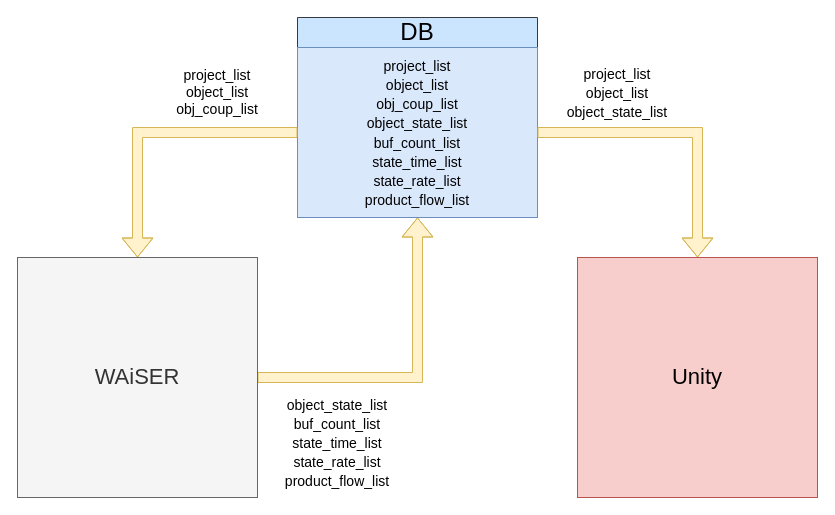
The draw.io diagram 문서/dataflow.drawio in Tentailsahri/DT_FINAL_Project, before the edit. Source tidied: cells renumbered, new cells numbered last; positions are measured from the earlier drawing's top-left corner, leaving out a move shared by most shapes. Both pictures are drawn from the tidied source at 100%, with x=0, y=0 at pixel (17, 17).
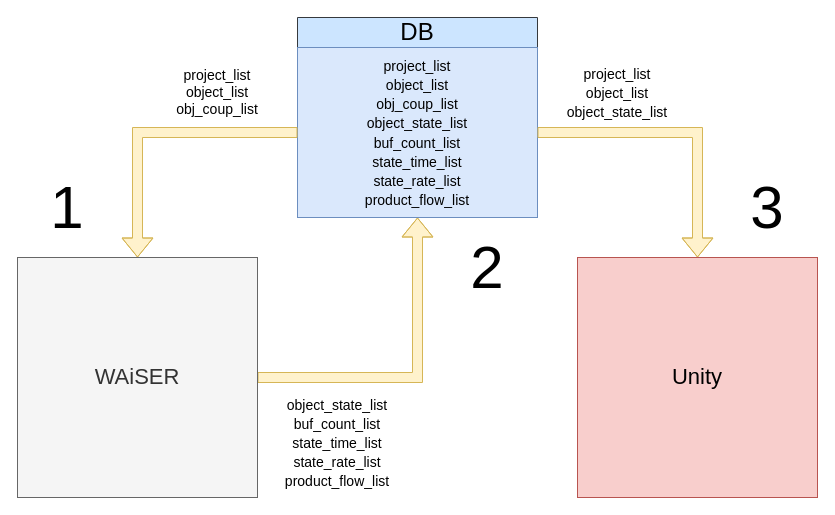
The same page after the edit.

What changed in the source:
```diff
@@
 <mxGraphModel>
   <root>
     <mxCell id="0" />
     <mxCell id="1" parent="0" />
     <mxCell id="2" style="edgeStyle=orthogonalEdgeStyle;shape=flexArrow;rounded=0;jettySize=auto;html=1;entryX=0.5;entryY=1;entryDx=0;entryDy=0;fontSize=24;fillColor=#fff2cc;strokeColor=#d6b656;" parent="1" edge="1" source="3" target="7">
       <mxGeometry relative="1" as="geometry" />
     </mxCell>
     <mxCell id="3" value="&lt;font style=&quot;font-size: 22px;&quot;&gt;WAiSER&lt;/font&gt;" style="whiteSpace=wrap;html=1;fillColor=#f5f5f5;strokeColor=#666666;fontColor=#333333;" parent="1" vertex="1">
       <mxGeometry y="240" width="240" height="240" as="geometry" />
     </mxCell>
     <mxCell id="4" value="&lt;font style=&quot;font-size: 22px;&quot;&gt;Unity&lt;/font&gt;" style="whiteSpace=wrap;html=1;fillColor=#f8cecc;strokeColor=#b85450;" parent="1" vertex="1">
       <mxGeometry x="560" y="240" width="240" height="240" as="geometry" />
     </mxCell>
     <mxCell id="5" value="&lt;font style=&quot;font-size: 14px;&quot;&gt;object_state_list&lt;br&gt;buf_count_list&lt;br&gt;state_time_list&lt;br&gt;state_rate_list&lt;br&gt;product_flow_list&lt;/font&gt;" style="text;html=1;strokeColor=none;fillColor=none;align=center;verticalAlign=middle;whiteSpace=wrap;rounded=0;fontSize=16;" parent="1" vertex="1">
       <mxGeometry x="290" y="410" width="60" height="30" as="geometry" />
     </mxCell>
     <mxCell id="6" value="&lt;font style=&quot;font-size: 14px;&quot;&gt;project_list&lt;br&gt;object_list&lt;br&gt;object_state_list&lt;/font&gt;" style="text;html=1;strokeColor=none;fillColor=none;align=center;verticalAlign=middle;whiteSpace=wrap;rounded=0;fontSize=16;" parent="1" vertex="1">
       <mxGeometry x="570" y="60" width="60" height="30" as="geometry" />
     </mxCell>
     <mxCell id="7" value="&lt;font style=&quot;font-size: 24px;&quot;&gt;DB&lt;/font&gt;" style="swimlane;fontStyle=0;horizontal=1;startSize=30;whiteSpace=wrap;html=1;strokeColor=#36393d;fontSize=13;fillColor=#cce5ff;" parent="1" vertex="1">
       <mxGeometry x="280" width="240" height="200" as="geometry" />
     </mxCell>
     <mxCell id="8" value="&lt;font style=&quot;font-size: 14px;&quot;&gt;project_list&lt;br style=&quot;border-color: var(--border-color);&quot;&gt;object_list&lt;br style=&quot;border-color: var(--border-color);&quot;&gt;obj_coup_list&lt;br&gt;object_state_list&lt;br style=&quot;border-color: var(--border-color);&quot;&gt;buf_count_list&lt;br style=&quot;border-color: var(--border-color);&quot;&gt;state_time_list&lt;br style=&quot;border-color: var(--border-color);&quot;&gt;state_rate_list&lt;br style=&quot;border-color: var(--border-color);&quot;&gt;product_flow_list&lt;/font&gt;" style="text;html=1;align=center;verticalAlign=middle;whiteSpace=wrap;rounded=0;fontSize=16;strokeColor=#6c8ebf;fillColor=#dae8fc;" parent="7" vertex="1">
       <mxGeometry y="30" width="240" height="170" as="geometry" />
     </mxCell>
     <mxCell id="9" style="edgeStyle=orthogonalEdgeStyle;shape=flexArrow;rounded=0;jettySize=auto;html=1;entryX=0.5;entryY=0;entryDx=0;entryDy=0;fontSize=24;fillColor=#fff2cc;strokeColor=#d6b656;" parent="1" edge="1" source="8" target="3">
       <mxGeometry relative="1" as="geometry" />
     </mxCell>
     <mxCell id="10" style="edgeStyle=orthogonalEdgeStyle;shape=flexArrow;rounded=0;jettySize=auto;html=1;entryX=0.5;entryY=0;entryDx=0;entryDy=0;fontSize=24;fillColor=#fff2cc;strokeColor=#d6b656;" parent="1" edge="1" source="8" target="4">
       <mxGeometry relative="1" as="geometry" />
     </mxCell>
     <mxCell id="11" value="project_list&lt;br&gt;object_list&lt;br&gt;obj_coup_list" style="text;html=1;strokeColor=none;fillColor=none;align=center;verticalAlign=middle;whiteSpace=wrap;rounded=0;fontSize=14;" parent="1" vertex="1">
       <mxGeometry x="170" y="60" width="60" height="30" as="geometry" />
     </mxCell>
+    <mxCell id="12" value="&lt;font style=&quot;font-size: 60px;&quot;&gt;1&lt;/font&gt;" style="text;strokeColor=none;fillColor=none;align=center;verticalAlign=middle;spacingLeft=4;spacingRight=4;overflow=hidden;whiteSpace=wrap;html=1;fontSize=60;" parent="1" vertex="1">
+      <mxGeometry y="140" width="100" height="100" as="geometry" />
+    </mxCell>
+    <mxCell id="13" value="&lt;font style=&quot;font-size: 60px;&quot;&gt;2&lt;/font&gt;" style="text;strokeColor=none;fillColor=none;align=center;verticalAlign=middle;spacingLeft=4;spacingRight=4;overflow=hidden;whiteSpace=wrap;html=1;fontSize=60;" parent="1" vertex="1">
+      <mxGeometry x="420" y="200" width="100" height="100" as="geometry" />
+    </mxCell>
+    <mxCell id="14" value="&lt;font style=&quot;font-size: 60px;&quot;&gt;3&lt;/font&gt;" style="text;strokeColor=none;fillColor=none;align=center;verticalAlign=middle;spacingLeft=4;spacingRight=4;overflow=hidden;whiteSpace=wrap;html=1;fontSize=60;" parent="1" vertex="1">
+      <mxGeometry x="700" y="140" width="100" height="100" as="geometry" />
+    </mxCell>
   </root>
 </mxGraphModel>
```
